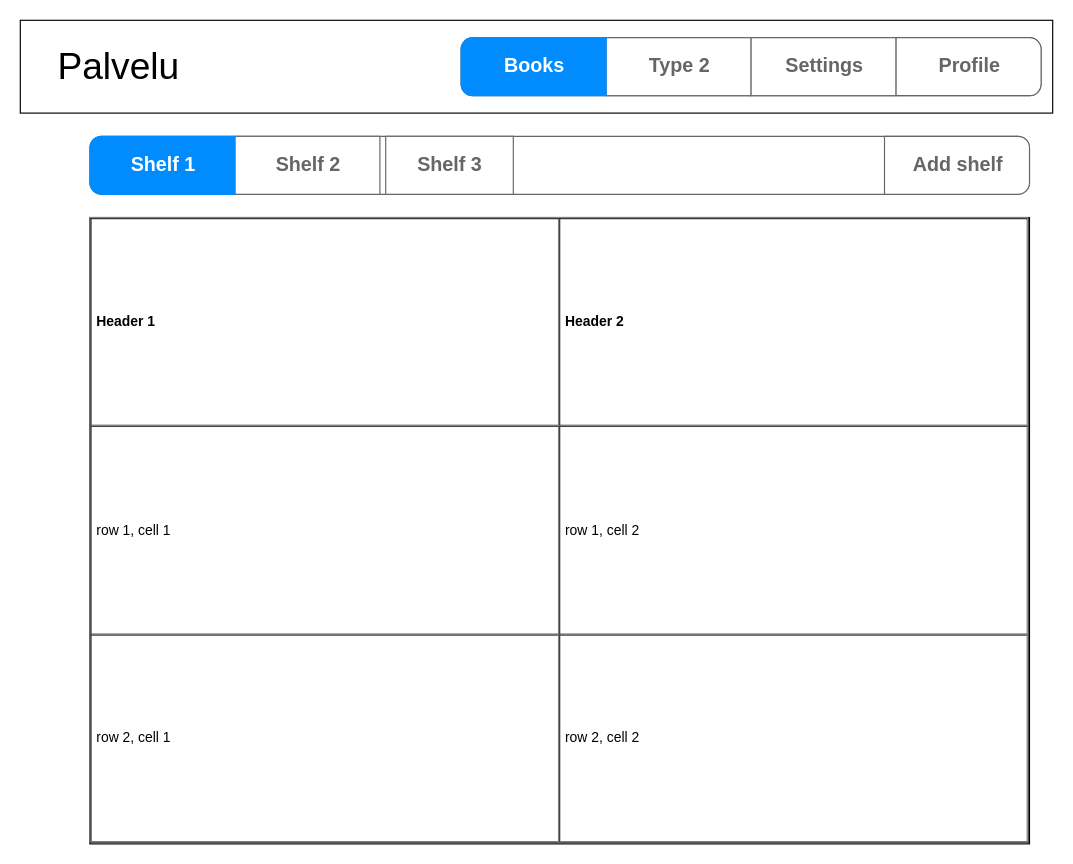
Earlier version of the draw.io diagram planning/ui-concept-entitystore.drawio (murtoM/invekotin). Source tidied: cells renumbered, new cells numbered last; positions are measured from the earlier drawing's top-left corner, leaving out a move shared by most shapes. Both pictures are drawn from the tidied source at 116%, with x=0, y=0 at pixel (20, 20).
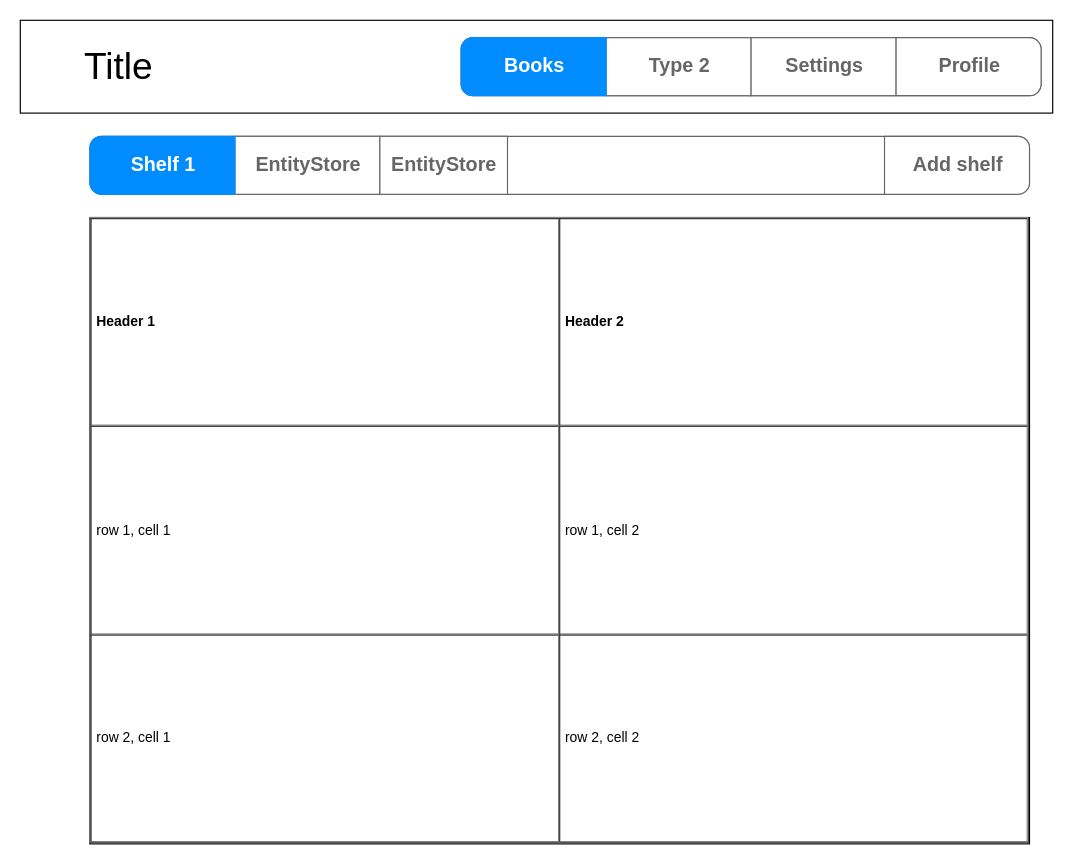
The same diagram, later.

The edit, as a diff of the source:
```diff
@@
 <mxGraphModel>
   <root>
     <mxCell id="0" />
     <mxCell id="1" parent="0" />
     <mxCell id="2" style="rounded=0;whiteSpace=wrap;html=1;" parent="1" vertex="1">
       <mxGeometry width="890" height="80" as="geometry" />
     </mxCell>
     <mxCell id="3" style="strokeWidth=1;shadow=0;dashed=0;align=center;html=1;shape=mxgraph.mockup.rrect;rSize=10;fillColor=#ffffff;strokeColor=#666666;" parent="1" vertex="1">
       <mxGeometry x="60" y="100" width="810" height="50" as="geometry" />
     </mxCell>
-    <mxCell id="4" value="Shelf 2" style="strokeColor=inherit;fillColor=inherit;gradientColor=inherit;strokeWidth=1;shadow=0;dashed=0;align=center;html=1;shape=mxgraph.mockup.rrect;rSize=0;fontSize=17;fontColor=#666666;fontStyle=1;" parent="3" vertex="1">
+    <mxCell id="4" value="EntityStore" style="strokeColor=inherit;fillColor=inherit;gradientColor=inherit;strokeWidth=1;shadow=0;dashed=0;align=center;html=1;shape=mxgraph.mockup.rrect;rSize=0;fontSize=17;fontColor=#666666;fontStyle=1;" parent="3" vertex="1">
       <mxGeometry width="125" height="50" relative="1" as="geometry">
         <mxPoint x="125" as="offset" />
       </mxGeometry>
     </mxCell>
-    <mxCell id="5" value="Shelf 3" style="strokeColor=inherit;fillColor=inherit;gradientColor=inherit;strokeWidth=1;shadow=0;dashed=0;align=center;html=1;shape=mxgraph.mockup.rrect;rSize=0;fontSize=17;fontColor=#666666;fontStyle=1;" parent="3" vertex="1">
+    <mxCell id="5" value="EntityStore" style="strokeColor=inherit;fillColor=inherit;gradientColor=inherit;strokeWidth=1;shadow=0;dashed=0;align=center;html=1;shape=mxgraph.mockup.rrect;rSize=0;fontSize=17;fontColor=#666666;fontStyle=1;" parent="3" vertex="1">
       <mxGeometry width="110" height="50" relative="1" as="geometry">
-        <mxPoint x="255" as="offset" />
+        <mxPoint x="250" as="offset" />
       </mxGeometry>
     </mxCell>
     <mxCell id="6" value="Add shelf" style="strokeColor=inherit;fillColor=inherit;gradientColor=inherit;strokeWidth=1;shadow=0;dashed=0;align=center;html=1;shape=mxgraph.mockup.rightButton;rSize=10;fontSize=17;fontColor=#666666;fontStyle=1;" parent="3" vertex="1">
       <mxGeometry x="1" width="125" height="50" relative="1" as="geometry">
         <mxPoint x="-125" as="offset" />
       </mxGeometry>
     </mxCell>
     <mxCell id="7" value="Shelf 1" style="strokeWidth=1;shadow=0;dashed=0;align=center;html=1;shape=mxgraph.mockup.leftButton;rSize=10;fontSize=17;fontColor=#ffffff;fontStyle=1;fillColor=#008cff;strokeColor=#008cff;" parent="3" vertex="1">
       <mxGeometry width="125" height="50" relative="1" as="geometry" />
     </mxCell>
     <mxCell id="8" value="&lt;table cellpadding=&quot;4&quot; cellspacing=&quot;0&quot; border=&quot;1&quot; style=&quot;font-size:1em;width:100%;height:100%;&quot;&gt;&lt;tr&gt;&lt;th&gt;Header 1&lt;/th&gt;&lt;th&gt;Header 2&lt;/th&gt;&lt;/tr&gt;&lt;tr&gt;&lt;td&gt;row 1, cell 1&lt;/td&gt;&lt;td&gt;row 1, cell 2&lt;/td&gt;&lt;/tr&gt;&lt;tr&gt;&lt;td&gt;row 2, cell 1&lt;/td&gt;&lt;td&gt;row 2, cell 2&lt;/td&gt;&lt;/tr&gt;&lt;/table&gt; " style="verticalAlign=top;align=left;overflow=fill;fontSize=12;fontFamily=Helvetica;html=1;" parent="1" vertex="1">
       <mxGeometry x="60" y="170" width="810" height="540" as="geometry" />
     </mxCell>
     <mxCell id="9" style="strokeWidth=1;shadow=0;dashed=0;align=center;html=1;shape=mxgraph.mockup.rrect;rSize=10;fillColor=#ffffff;strokeColor=#666666;" parent="1" vertex="1">
       <mxGeometry x="380" y="15" width="500" height="50" as="geometry" />
     </mxCell>
     <mxCell id="10" value="Type 2" style="strokeColor=inherit;fillColor=inherit;gradientColor=inherit;strokeWidth=1;shadow=0;dashed=0;align=center;html=1;shape=mxgraph.mockup.rrect;rSize=0;fontSize=17;fontColor=#666666;fontStyle=1;" parent="9" vertex="1">
       <mxGeometry width="125" height="50" relative="1" as="geometry">
         <mxPoint x="125" as="offset" />
       </mxGeometry>
     </mxCell>
     <mxCell id="11" value="Settings" style="strokeColor=inherit;fillColor=inherit;gradientColor=inherit;strokeWidth=1;shadow=0;dashed=0;align=center;html=1;shape=mxgraph.mockup.rrect;rSize=0;fontSize=17;fontColor=#666666;fontStyle=1;" parent="9" vertex="1">
       <mxGeometry width="125" height="50" relative="1" as="geometry">
         <mxPoint x="250" as="offset" />
       </mxGeometry>
     </mxCell>
     <mxCell id="12" value="Profile" style="strokeColor=inherit;fillColor=inherit;gradientColor=inherit;strokeWidth=1;shadow=0;dashed=0;align=center;html=1;shape=mxgraph.mockup.rightButton;rSize=10;fontSize=17;fontColor=#666666;fontStyle=1;" parent="9" vertex="1">
       <mxGeometry x="1" width="125" height="50" relative="1" as="geometry">
         <mxPoint x="-125" as="offset" />
       </mxGeometry>
     </mxCell>
     <mxCell id="13" value="Books" style="strokeWidth=1;shadow=0;dashed=0;align=center;html=1;shape=mxgraph.mockup.leftButton;rSize=10;fontSize=17;fontColor=#ffffff;fontStyle=1;fillColor=#008cff;strokeColor=#008cff;" parent="9" vertex="1">
       <mxGeometry width="125" height="50" relative="1" as="geometry" />
     </mxCell>
-    <mxCell id="14" value="Palvelu" style="text;html=1;strokeColor=none;fillColor=none;align=center;verticalAlign=middle;whiteSpace=wrap;rounded=0;fontSize=32;" parent="1" vertex="1">
+    <mxCell id="14" value="Title" style="text;html=1;strokeColor=none;fillColor=none;align=center;verticalAlign=middle;whiteSpace=wrap;rounded=0;fontSize=32;" parent="1" vertex="1">
       <mxGeometry width="170" height="80" as="geometry" />
     </mxCell>
   </root>
 </mxGraphModel>
```
